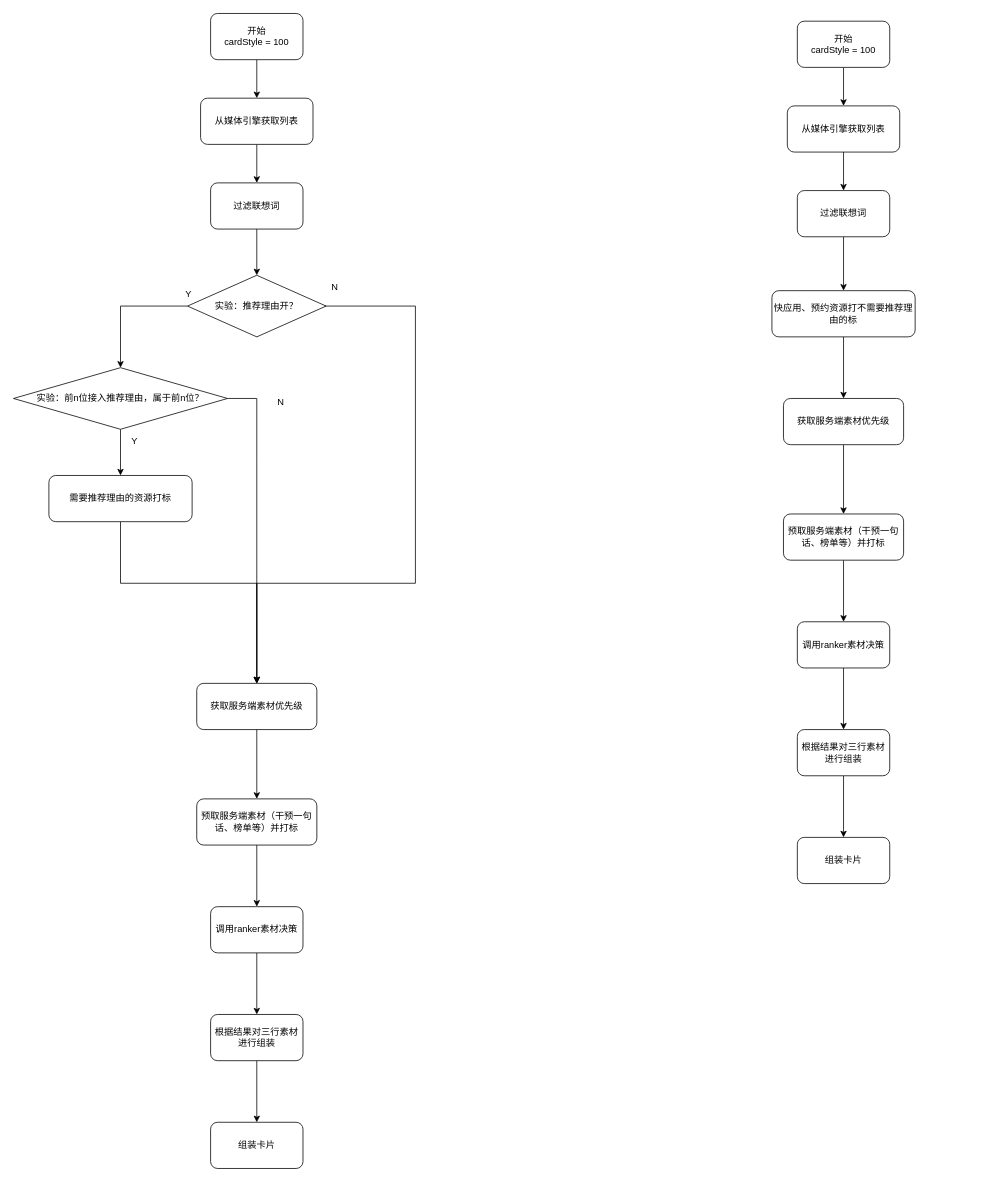
Above: 23113400 搜索接推荐理由 服务端技术文档.drawio in ETHAN0430/draw.io.repo (draw.io), before the change. Source tidied: cells renumbered, new cells numbered last; positions are measured from the earlier drawing's top-left corner, leaving out a move shared by most shapes. Both pictures are drawn from the tidied source at 77%, with x=0, y=0 at pixel (13, 13).
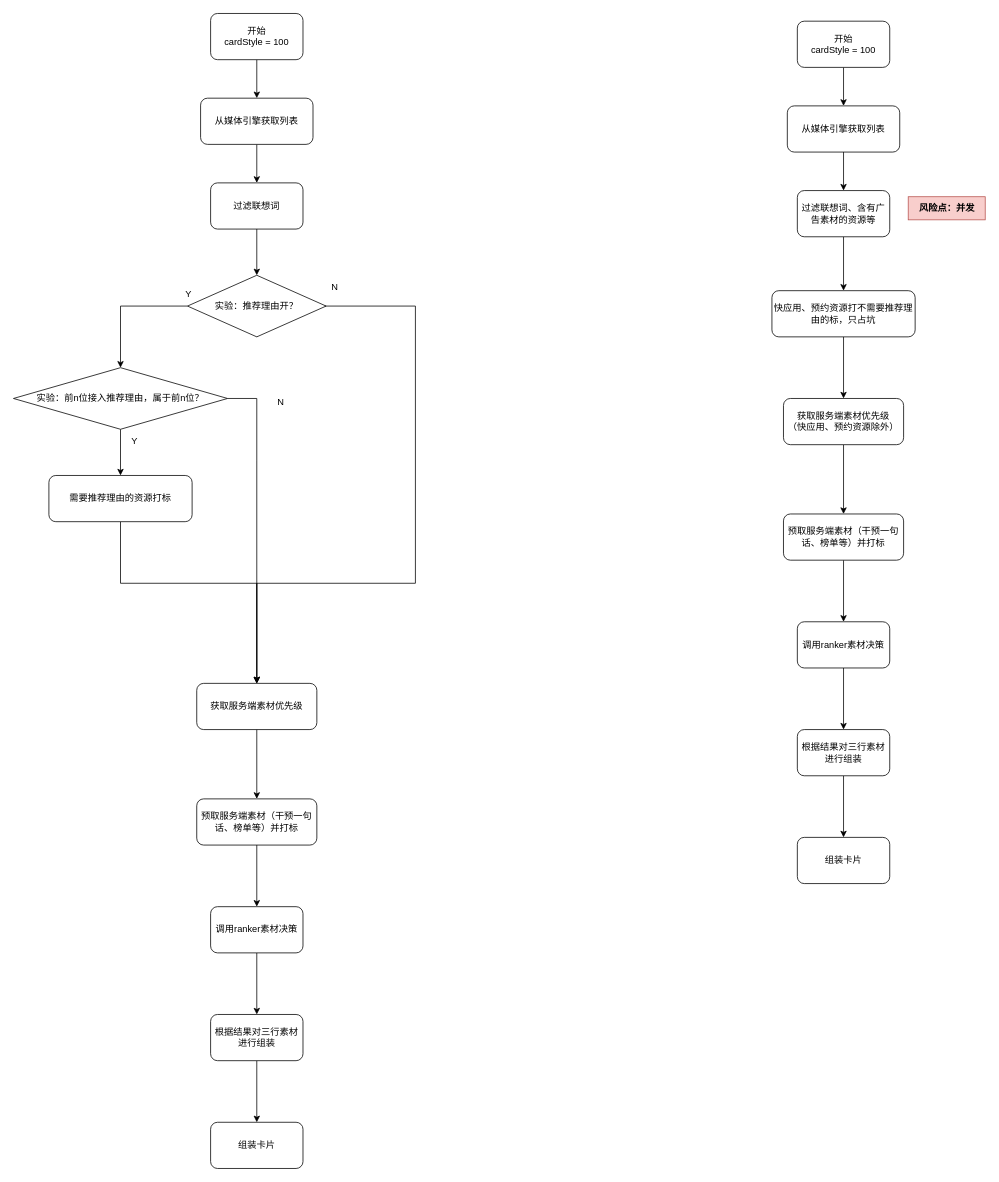
Above is the later version.

Commit message:
更新23113400 搜索接推荐理由 服务端技术文档.drawio

The edit, as a diff of the source:
```diff
@@
-    <mxCell id="34" value="过滤联想词" style="whiteSpace=wrap;html=1;rounded=1;" parent="1" vertex="1">
+    <mxCell id="34" value="过滤联想词、含有广告素材的资源等" style="whiteSpace=wrap;html=1;rounded=1;" parent="1" vertex="1">
       <mxGeometry x="1018" y="230" width="120" height="60" as="geometry" />
     </mxCell>
@@
-    <mxCell id="36" value="快应用、预约资源打不需要推荐理由的标" style="whiteSpace=wrap;html=1;rounded=1;" parent="1" vertex="1">
+    <mxCell id="36" value="快应用、预约资源打不需要推荐理由的标，只占坑" style="whiteSpace=wrap;html=1;rounded=1;" parent="1" vertex="1">
       <mxGeometry x="985" y="360" width="186" height="60" as="geometry" />
     </mxCell>
@@
-    <mxCell id="38" value="获取服务端素材优先级" style="whiteSpace=wrap;html=1;rounded=1;" parent="1" vertex="1">
+    <mxCell id="38" value="获取服务端素材优先级&lt;br&gt;（快应用、预约资源除外）" style="whiteSpace=wrap;html=1;rounded=1;" parent="1" vertex="1">
       <mxGeometry x="1000" y="500" width="156" height="60" as="geometry" />
     </mxCell>
@@
+    <mxCell id="46" value="风险点：并发" style="text;html=1;align=center;verticalAlign=middle;strokeColor=#b85450;fillColor=#f8cecc;fontStyle=1;" parent="1" vertex="1">
+      <mxGeometry x="1162" y="238" width="100" height="30" as="geometry" />
+    </mxCell>
```
